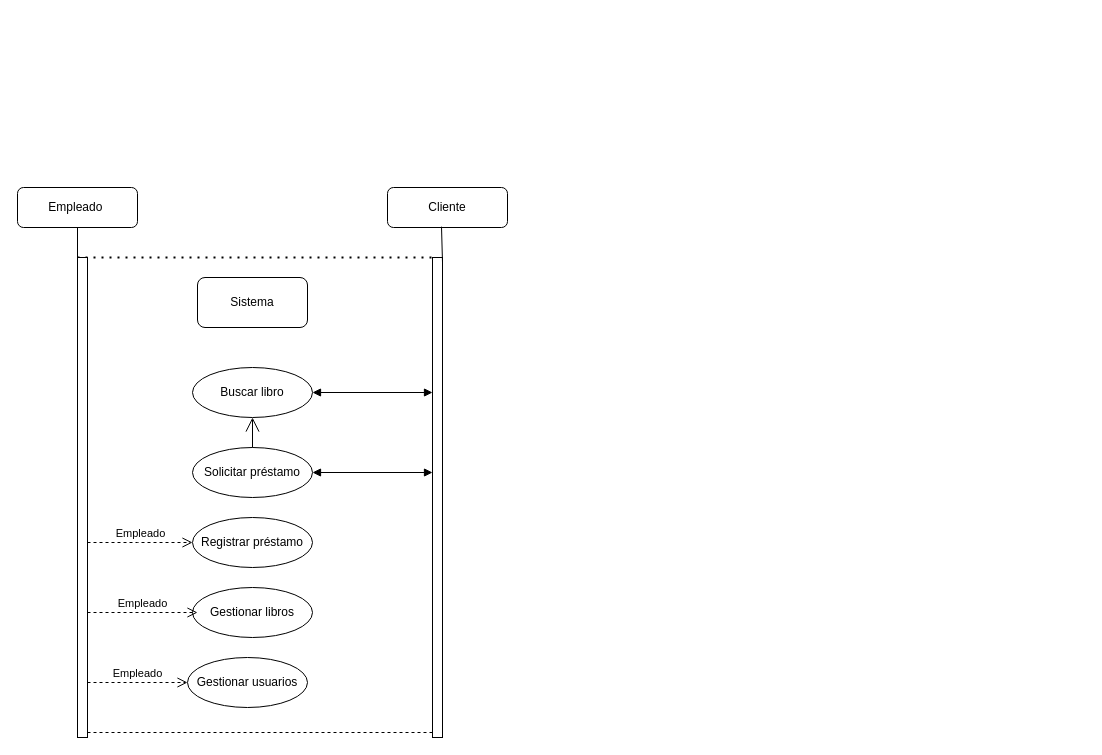
Earlier version of the draw.io diagram ENTORNOS_DE_DESARROLLO/Diagramas_de_comportamiento_Drawio/Diagramas_de_casos_de_uso.drawio (sebas226/NCA-DESAFIO1-CSI-1). Source tidied: cells renumbered, new cells numbered last; positions are measured from the earlier drawing's top-left corner, leaving out a move shared by most shapes. Both pictures are drawn from the tidied source at 100%, with x=0, y=0 at pixel (17, 187).
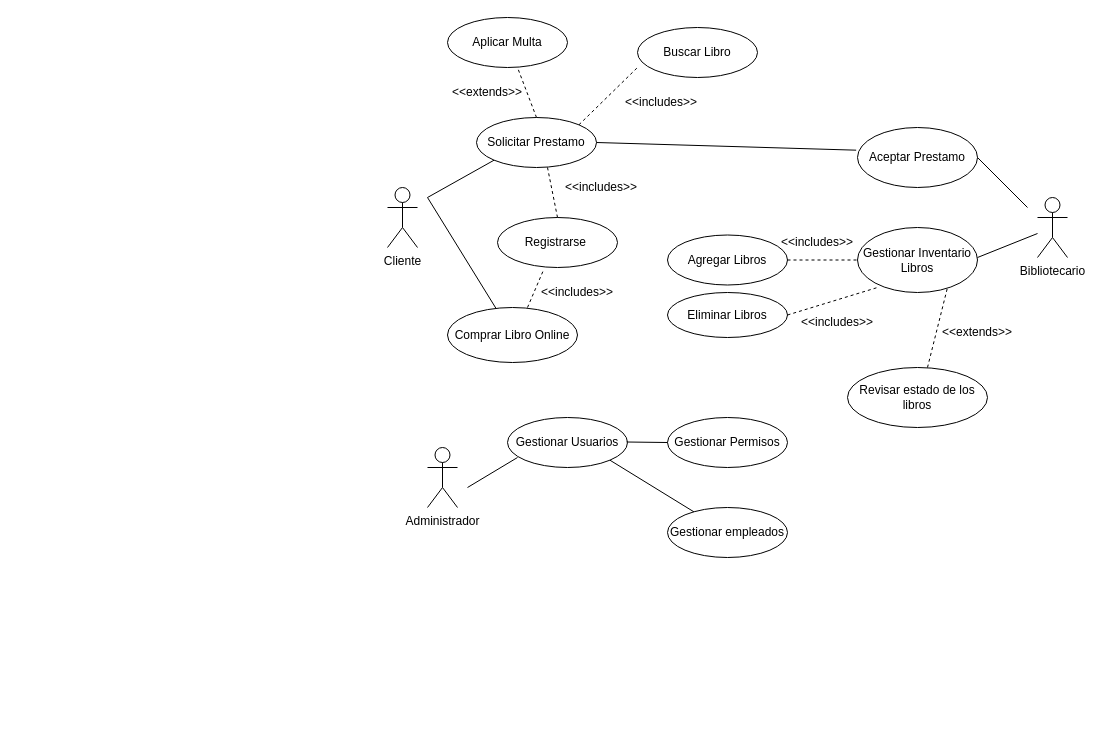
Above is the later version.

Commit message (it also covers changes not shown here):
Actualizo los diagramas de comportamiento

Diff of the diagram source:
```diff
@@
-    <mxCell id="2" value="Empleado&amp;nbsp;" style="rounded=1;whiteSpace=wrap;html=1;" parent="1" vertex="1">
-      <mxGeometry width="120" height="40" as="geometry" />
-    </mxCell>
-    <mxCell id="3" value="Cliente" style="rounded=1;whiteSpace=wrap;html=1;" parent="1" vertex="1">
-      <mxGeometry x="370" width="120" height="40" as="geometry" />
+    <mxCell id="3" value="Cliente" style="shape=umlActor;verticalLabelPosition=bottom;verticalAlign=top;html=1;outlineConnect=0;" parent="1" vertex="1">
+      <mxGeometry x="370" width="30" height="60" as="geometry" />
     </mxCell>
-    <mxCell id="4" value="Sistema" style="rounded=1;whiteSpace=wrap;html=1;" parent="1" vertex="1">
-      <mxGeometry x="180" y="90" width="110" height="50" as="geometry" />
-    </mxCell>
-    <mxCell id="5" value="Buscar libro" style="ellipse;whiteSpace=wrap;html=1;" parent="1" vertex="1">
-      <mxGeometry x="175" y="180" width="120" height="50" as="geometry" />
-    </mxCell>
-    <mxCell id="6" value="Solicitar préstamo" style="ellipse;whiteSpace=wrap;html=1;" parent="1" vertex="1">
-      <mxGeometry x="175" y="260" width="120" height="50" as="geometry" />
-    </mxCell>
-    <mxCell id="7" value="Registrar préstamo" style="ellipse;whiteSpace=wrap;html=1;" parent="1" vertex="1">
-      <mxGeometry x="175" y="330" width="120" height="50" as="geometry" />
-    </mxCell>
-    <mxCell id="8" value="Gestionar libros" style="ellipse;whiteSpace=wrap;html=1;" parent="1" vertex="1">
-      <mxGeometry x="175" y="400" width="120" height="50" as="geometry" />
-    </mxCell>
-    <mxCell id="9" value="Gestionar usuarios" style="ellipse;whiteSpace=wrap;html=1;" parent="1" vertex="1">
-      <mxGeometry x="170" y="470" width="120" height="50" as="geometry" />
-    </mxCell>
-    <mxCell id="10" style="endArrow=none;dashed=1;html=1;dashPattern=1 3;strokeWidth=2;rounded=0;" parent="1" edge="1" target="14">
-      <mxGeometry relative="1" as="geometry">
-        <mxPoint x="60" y="70" as="sourcePoint" />
-      </mxGeometry>
-    </mxCell>
-    <mxCell id="11" style="endArrow=none;dashed=1;html=1;rounded=0;" parent="1" edge="1" source="13">
-      <mxGeometry relative="1" as="geometry">
-        <mxPoint x="60" y="70" as="targetPoint" />
-      </mxGeometry>
-    </mxCell>
-    <mxCell id="12" style="endArrow=none;dashed=1;html=1;rounded=0;" parent="1" edge="1" target="13">
-      <mxGeometry relative="1" as="geometry">
-        <mxPoint x="60" y="470" as="sourcePoint" />
-      </mxGeometry>
-    </mxCell>
-    <mxCell id="13" style="html=1;points=[[0,0,0,0,5],[0,1,0,0,-5],[1,0,0,0,5],[1,1,0,0,-5]];perimeter=orthogonalPerimeter;outlineConnect=0;targetShapes=umlLifeline;portConstraint=eastwest;newEdgeStyle={&quot;curved&quot;:0,&quot;rounded&quot;:0};" parent="1" vertex="1">
-      <mxGeometry x="60" y="70" width="10" height="480" as="geometry" />
-    </mxCell>
-    <mxCell id="14" style="html=1;points=[[0,0,0,0,5],[0,1,0,0,-5],[1,0,0,0,5],[1,1,0,0,-5]];perimeter=orthogonalPerimeter;outlineConnect=0;targetShapes=umlLifeline;portConstraint=eastwest;newEdgeStyle={&quot;curved&quot;:0,&quot;rounded&quot;:0};" parent="1" vertex="1">
-      <mxGeometry x="415" y="70" width="10" height="480" as="geometry" />
-    </mxCell>
-    <mxCell id="15" value="Empleado" style="html=1;verticalAlign=bottom;endArrow=open;dashed=1;endSize=8;curved=0;rounded=0;entryX=0;entryY=0.5;entryDx=0;entryDy=0;" parent="1" edge="1" source="13" target="9">
-      <mxGeometry relative="1" as="geometry" />
-    </mxCell>
-    <mxCell id="16" value="Empleado" style="html=1;verticalAlign=bottom;endArrow=open;dashed=1;endSize=8;curved=0;rounded=0;" parent="1" edge="1" source="13">
-      <mxGeometry relative="1" as="geometry">
-        <mxPoint x="180" y="425" as="targetPoint" />
-      </mxGeometry>
-    </mxCell>
-    <mxCell id="17" value="Empleado" style="html=1;verticalAlign=bottom;endArrow=open;dashed=1;endSize=8;curved=0;rounded=0;entryX=0;entryY=0.5;entryDx=0;entryDy=0;" parent="1" edge="1" source="13" target="7">
-      <mxGeometry relative="1" as="geometry">
-        <Array as="points">
-          <mxPoint x="120" y="355" />
-        </Array>
-      </mxGeometry>
-    </mxCell>
-    <mxCell id="18" style="endArrow=block;startArrow=block;endFill=1;startFill=1;html=1;rounded=0;exitX=1;exitY=0.5;exitDx=0;exitDy=0;" parent="1" edge="1" source="6" target="14">
-      <mxGeometry relative="1" as="geometry" />
-    </mxCell>
-    <mxCell id="19" style="endArrow=block;startArrow=block;endFill=1;startFill=1;html=1;rounded=0;exitX=1;exitY=0.5;exitDx=0;exitDy=0;" parent="1" edge="1" source="5" target="14">
-      <mxGeometry relative="1" as="geometry" />
-    </mxCell>
-    <mxCell id="20" style="endArrow=open;endFill=1;endSize=12;html=1;rounded=0;exitX=0.5;exitY=0;exitDx=0;exitDy=0;entryX=0.5;entryY=1;entryDx=0;entryDy=0;" parent="1" edge="1" source="6" target="5">
-      <mxGeometry relative="1" as="geometry" />
-    </mxCell>
-    <mxCell id="21" style="endArrow=none;dashed=1;html=1;rounded=0;exitX=1;exitY=1;exitDx=0;exitDy=-5;exitPerimeter=0;entryX=0;entryY=1;entryDx=0;entryDy=-5;entryPerimeter=0;" parent="1" edge="1" source="13" target="14">
-      <mxGeometry relative="1" as="geometry" />
-    </mxCell>
-    <mxCell id="22" style="endArrow=none;html=1;rounded=0;entryX=0.5;entryY=1;entryDx=0;entryDy=0;exitX=0;exitY=0;exitDx=0;exitDy=5;exitPerimeter=0;" parent="1" edge="1" source="13" target="2">
-      <mxGeometry relative="1" as="geometry" />
-    </mxCell>
-    <mxCell id="23" style="endArrow=none;html=1;rounded=0;exitX=1;exitY=0;exitDx=0;exitDy=5;exitPerimeter=0;entryX=0.45;entryY=0.98;entryDx=0;entryDy=0;entryPerimeter=0;" parent="1" edge="1" source="14" target="3">
-      <mxGeometry relative="1" as="geometry" />
-    </mxCell>
+    <mxCell id="24" value="Solicitar Prestamo" style="ellipse;whiteSpace=wrap;html=1;" parent="1" vertex="1">
+      <mxGeometry x="459" y="-70" width="120" height="50" as="geometry" />
+    </mxCell>
+    <mxCell id="25" style="endArrow=none;html=1;rounded=0;entryX=0;entryY=1;entryDx=0;entryDy=0;" parent="1" edge="1" target="24">
+      <mxGeometry relative="1" as="geometry">
+        <mxPoint x="410" y="10" as="sourcePoint" />
+      </mxGeometry>
+    </mxCell>
+    <mxCell id="26" value="Buscar Libro" style="ellipse;whiteSpace=wrap;html=1;" parent="1" vertex="1">
+      <mxGeometry x="620" y="-160" width="120" height="50" as="geometry" />
+    </mxCell>
+    <mxCell id="27" value="&amp;lt;&amp;lt;includes&amp;gt;&amp;gt;" style="text;html=1;whiteSpace=wrap;strokeColor=none;fillColor=none;align=center;verticalAlign=middle;rounded=0;rotation=0;" parent="1" vertex="1">
+      <mxGeometry x="614" y="-100" width="60" height="30" as="geometry" />
+    </mxCell>
+    <mxCell id="28" value="Aplicar Multa" style="ellipse;whiteSpace=wrap;html=1;" parent="1" vertex="1">
+      <mxGeometry x="430" y="-170" width="120" height="50" as="geometry" />
+    </mxCell>
+    <mxCell id="29" style="endArrow=none;dashed=1;html=1;rounded=0;exitX=0.5;exitY=0;exitDx=0;exitDy=0;" parent="1" edge="1" source="24">
+      <mxGeometry relative="1" as="geometry">
+        <mxPoint x="500" y="-120" as="targetPoint" />
+      </mxGeometry>
+    </mxCell>
+    <mxCell id="30" style="endArrow=none;dashed=1;html=1;rounded=0;exitX=1;exitY=0;exitDx=0;exitDy=0;" parent="1" edge="1" source="24">
+      <mxGeometry relative="1" as="geometry">
+        <mxPoint x="620" y="-120" as="targetPoint" />
+      </mxGeometry>
+    </mxCell>
+    <mxCell id="31" value="&amp;lt;&amp;lt;extends&amp;gt;&amp;gt;" style="text;html=1;whiteSpace=wrap;strokeColor=none;fillColor=none;align=center;verticalAlign=middle;rounded=0;" parent="1" vertex="1">
+      <mxGeometry x="440" y="-110" width="60" height="30" as="geometry" />
+    </mxCell>
+    <mxCell id="32" value="Registrarse&amp;nbsp;" style="ellipse;whiteSpace=wrap;html=1;" parent="1" vertex="1">
+      <mxGeometry x="480" y="30" width="120" height="50" as="geometry" />
+    </mxCell>
+    <mxCell id="33" style="endArrow=none;dashed=1;html=1;rounded=0;exitX=0.5;exitY=0;exitDx=0;exitDy=0;" parent="1" edge="1" source="32">
+      <mxGeometry relative="1" as="geometry">
+        <mxPoint x="530" y="-20" as="targetPoint" />
+      </mxGeometry>
+    </mxCell>
+    <mxCell id="34" value="Administrador" style="shape=umlActor;verticalLabelPosition=bottom;verticalAlign=top;html=1;" parent="1" vertex="1">
+      <mxGeometry x="410" y="260" width="30" height="60" as="geometry" />
+    </mxCell>
+    <mxCell id="35" value="Gestionar Usuarios" style="ellipse;whiteSpace=wrap;html=1;" parent="1" vertex="1">
+      <mxGeometry x="490" y="230" width="120" height="50" as="geometry" />
+    </mxCell>
+    <mxCell id="36" value="Gestionar Permisos" style="ellipse;whiteSpace=wrap;html=1;" parent="1" vertex="1">
+      <mxGeometry x="650" y="230" width="120" height="50" as="geometry" />
+    </mxCell>
+    <mxCell id="37" value="Gestionar empleados" style="ellipse;whiteSpace=wrap;html=1;" parent="1" vertex="1">
+      <mxGeometry x="650" y="320" width="120" height="50" as="geometry" />
+    </mxCell>
+    <mxCell id="38" style="endArrow=none;html=1;rounded=0;" parent="1" edge="1">
+      <mxGeometry relative="1" as="geometry">
+        <mxPoint x="450" y="300" as="sourcePoint" />
+        <mxPoint x="500" y="270" as="targetPoint" />
+      </mxGeometry>
+    </mxCell>
+    <mxCell id="39" style="endArrow=none;html=1;rounded=0;entryX=0;entryY=0.5;entryDx=0;entryDy=0;" parent="1" edge="1" target="36">
+      <mxGeometry relative="1" as="geometry">
+        <mxPoint x="609" y="254.5" as="sourcePoint" />
+      </mxGeometry>
+    </mxCell>
+    <mxCell id="40" value="Bibliotecario" style="shape=umlActor;verticalLabelPosition=bottom;verticalAlign=top;html=1;outlineConnect=0;" parent="1" vertex="1">
+      <mxGeometry x="1020" y="10" width="30" height="60" as="geometry" />
+    </mxCell>
+    <mxCell id="41" value="Aceptar Prestamo" style="ellipse;whiteSpace=wrap;html=1;" parent="1" vertex="1">
+      <mxGeometry x="840" y="-60" width="120" height="60" as="geometry" />
+    </mxCell>
+    <mxCell id="42" style="endArrow=none;html=1;rounded=0;exitX=1;exitY=0.5;exitDx=0;exitDy=0;entryX=-0.011;entryY=0.378;entryDx=0;entryDy=0;entryPerimeter=0;" parent="1" edge="1" source="24" target="41">
+      <mxGeometry relative="1" as="geometry" />
+    </mxCell>
+    <mxCell id="43" value="Gestionar Inventario Libros" style="ellipse;whiteSpace=wrap;html=1;" parent="1" vertex="1">
+      <mxGeometry x="840" y="40" width="120" height="65" as="geometry" />
+    </mxCell>
+    <mxCell id="44" style="endArrow=none;html=1;rounded=0;entryX=1;entryY=1;entryDx=0;entryDy=0;" parent="1" edge="1" source="37" target="35">
+      <mxGeometry relative="1" as="geometry" />
+    </mxCell>
+    <mxCell id="45" value="Eliminar Libros" style="ellipse;whiteSpace=wrap;html=1;" parent="1" vertex="1">
+      <mxGeometry x="650" y="105" width="120" height="45" as="geometry" />
+    </mxCell>
+    <mxCell id="46" style="endArrow=none;html=1;rounded=0;" parent="1" edge="1">
+      <mxGeometry relative="1" as="geometry">
+        <mxPoint x="960" y="-30" as="sourcePoint" />
+        <mxPoint x="1010" y="20" as="targetPoint" />
+      </mxGeometry>
+    </mxCell>
+    <mxCell id="47" style="endArrow=none;html=1;rounded=0;" parent="1" edge="1" target="40">
+      <mxGeometry relative="1" as="geometry">
+        <mxPoint x="960" y="70" as="sourcePoint" />
+      </mxGeometry>
+    </mxCell>
+    <mxCell id="48" value="Agregar Libros" style="ellipse;whiteSpace=wrap;html=1;" parent="1" vertex="1">
+      <mxGeometry x="650" y="47.5" width="120" height="50" as="geometry" />
+    </mxCell>
+    <mxCell id="49" style="endArrow=none;dashed=1;html=1;rounded=0;entryX=0;entryY=0.5;entryDx=0;entryDy=0;exitX=1;exitY=0.5;exitDx=0;exitDy=0;" parent="1" edge="1" source="48" target="43">
+      <mxGeometry relative="1" as="geometry" />
+    </mxCell>
+    <mxCell id="50" value="&amp;lt;&amp;lt;includes&amp;gt;&amp;gt;" style="text;html=1;whiteSpace=wrap;strokeColor=none;fillColor=none;align=center;verticalAlign=middle;rounded=0;" parent="1" vertex="1">
+      <mxGeometry x="770" y="40" width="60" height="30" as="geometry" />
+    </mxCell>
+    <mxCell id="51" style="endArrow=none;dashed=1;html=1;rounded=0;exitX=1;exitY=0.5;exitDx=0;exitDy=0;" parent="1" edge="1" source="45">
+      <mxGeometry relative="1" as="geometry">
+        <mxPoint x="860" y="100" as="targetPoint" />
+      </mxGeometry>
+    </mxCell>
+    <mxCell id="52" value="&amp;lt;&amp;lt;includes&amp;gt;&amp;gt;" style="text;html=1;whiteSpace=wrap;strokeColor=none;fillColor=none;align=center;verticalAlign=middle;rounded=0;" parent="1" vertex="1">
+      <mxGeometry x="790" y="120" width="60" height="30" as="geometry" />
+    </mxCell>
+    <mxCell id="53" value="Comprar Libro Online" style="ellipse;whiteSpace=wrap;html=1;" parent="1" vertex="1">
+      <mxGeometry x="430" y="120" width="130" height="55" as="geometry" />
+    </mxCell>
+    <mxCell id="54" style="endArrow=none;html=1;rounded=0;" parent="1" edge="1" target="53">
+      <mxGeometry relative="1" as="geometry">
+        <mxPoint x="410" y="10" as="sourcePoint" />
+      </mxGeometry>
+    </mxCell>
+    <mxCell id="55" value="&amp;lt;&amp;lt;includes&amp;gt;&amp;gt;" style="text;html=1;whiteSpace=wrap;strokeColor=none;fillColor=none;align=center;verticalAlign=middle;rounded=0;" parent="1" vertex="1">
+      <mxGeometry x="530" y="90" width="60" height="30" as="geometry" />
+    </mxCell>
+    <mxCell id="56" style="endArrow=none;dashed=1;html=1;rounded=0;entryX=0.383;entryY=1.053;entryDx=0;entryDy=0;entryPerimeter=0;" parent="1" edge="1" target="32">
+      <mxGeometry relative="1" as="geometry">
+        <mxPoint x="510" y="120" as="sourcePoint" />
+      </mxGeometry>
+    </mxCell>
+    <mxCell id="57" value="&amp;lt;&amp;lt;includes&amp;gt;&amp;gt;" style="text;html=1;whiteSpace=wrap;strokeColor=none;fillColor=none;align=center;verticalAlign=middle;rounded=0;" parent="1" vertex="1">
+      <mxGeometry x="554" y="-15" width="60" height="30" as="geometry" />
+    </mxCell>
+    <mxCell id="58" style="endArrow=none;dashed=1;html=1;rounded=0;" parent="1" edge="1">
+      <mxGeometry relative="1" as="geometry">
+        <mxPoint x="910" y="180" as="sourcePoint" />
+        <mxPoint x="930" y="100" as="targetPoint" />
+      </mxGeometry>
+    </mxCell>
+    <mxCell id="59" value="Revisar estado de los libros" style="ellipse;whiteSpace=wrap;html=1;" parent="1" vertex="1">
+      <mxGeometry x="830" y="180" width="140" height="60" as="geometry" />
+    </mxCell>
+    <mxCell id="60" value="&amp;lt;&amp;lt;extends&amp;gt;&amp;gt;" style="text;html=1;whiteSpace=wrap;strokeColor=none;fillColor=none;align=center;verticalAlign=middle;rounded=0;" parent="1" vertex="1">
+      <mxGeometry x="930" y="130" width="60" height="30" as="geometry" />
+    </mxCell>
```
